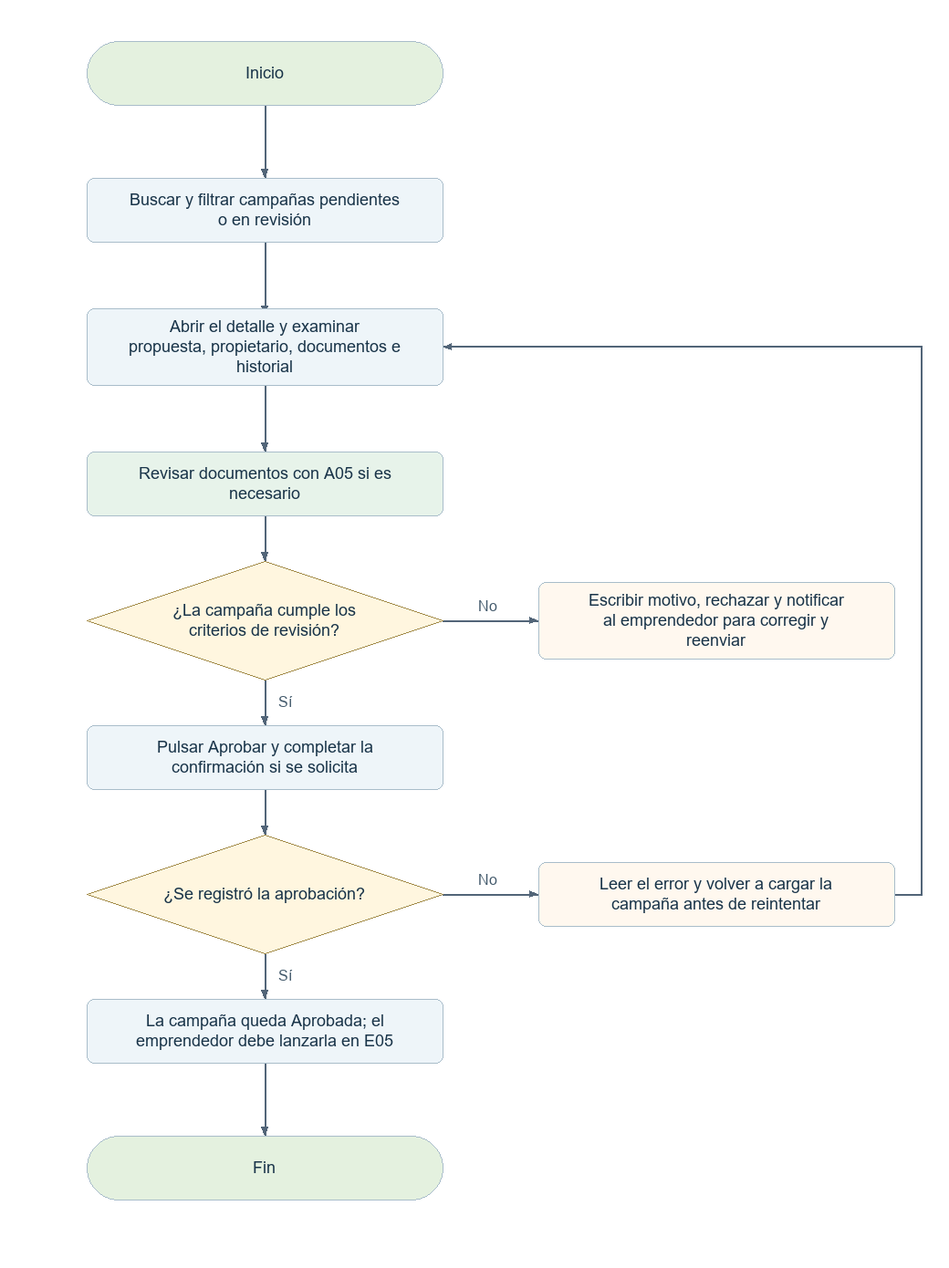
This is docs/diagramas-web/png/A03.png from elingeyesdev/t3-crowdfunding-inversion, a Mermaid export, as it was before one commit. Its source is kept beside it as docs/diagramas-web/mermaid/A03.mmd. Its diagram source:
```mermaid
flowchart TD
  N0(["Inicio"])
  N0 --> N1
  N1["Buscar y filtrar campañas pendientes o en revisión"]
  N1 --> N2
  N2["Abrir el detalle y examinar propuesta, propietario, documentos e historial"]
  N2 --> N3
  N3["Revisar documentos con A05 si es necesario"]
  N3 --> N4
  N4{"¿La campaña cumple los criterios de revisión?"}
  N4 -->|"Sí"| N5
  B4(["Escribir motivo, rechazar y notificar al emprendedor para corregir y reenviar"])
  N4 -->|"No"| B4
  N5["Pulsar Aprobar y completar la confirmación si se solicita"]
  N5 --> N6
  N6{"¿Se registró la aprobación?"}
  N6 -->|"Sí"| N7
  B6["Leer el error y volver a cargar la campaña antes de reintentar"]
  N6 -->|"No"| B6
  B6 --> N2
  N7["La campaña queda Aprobada; el emprendedor debe lanzarla en E05"]
  N7 --> N8
  N8(["Fin"])
```
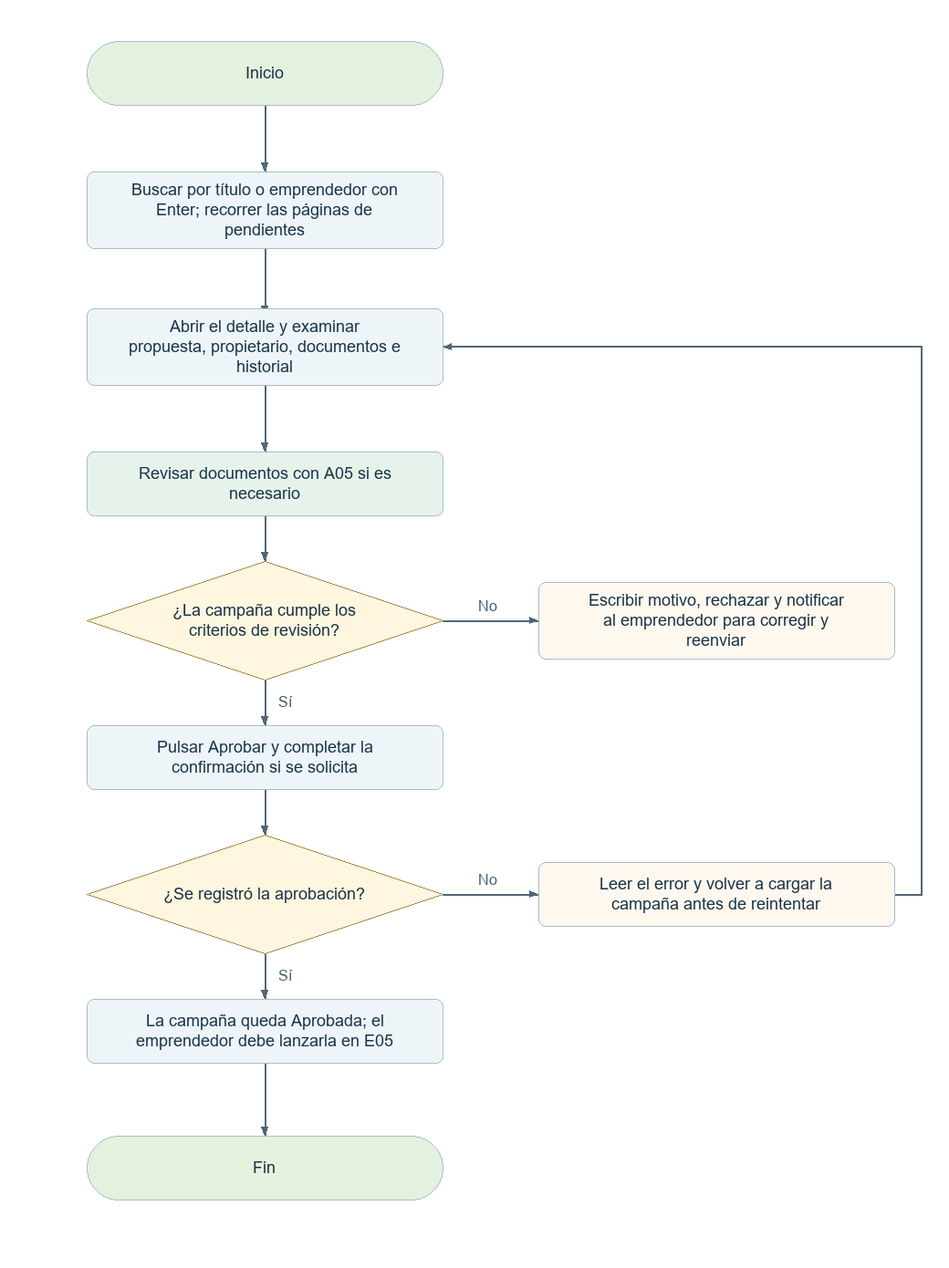
The same diagram one commit later.

Change to the diagram source:
```diff
@@ -1,7 +1,7 @@
 flowchart TD
   N0(["Inicio"])
   N0 --> N1
-  N1["Buscar y filtrar campañas pendientes o en revisión"]
+  N1["Buscar por título o emprendedor con Enter; recorrer las páginas de pendientes"]
   N1 --> N2
   N2["Abrir el detalle y examinar propuesta, propietario, documentos e historial"]
   N2 --> N3
```
